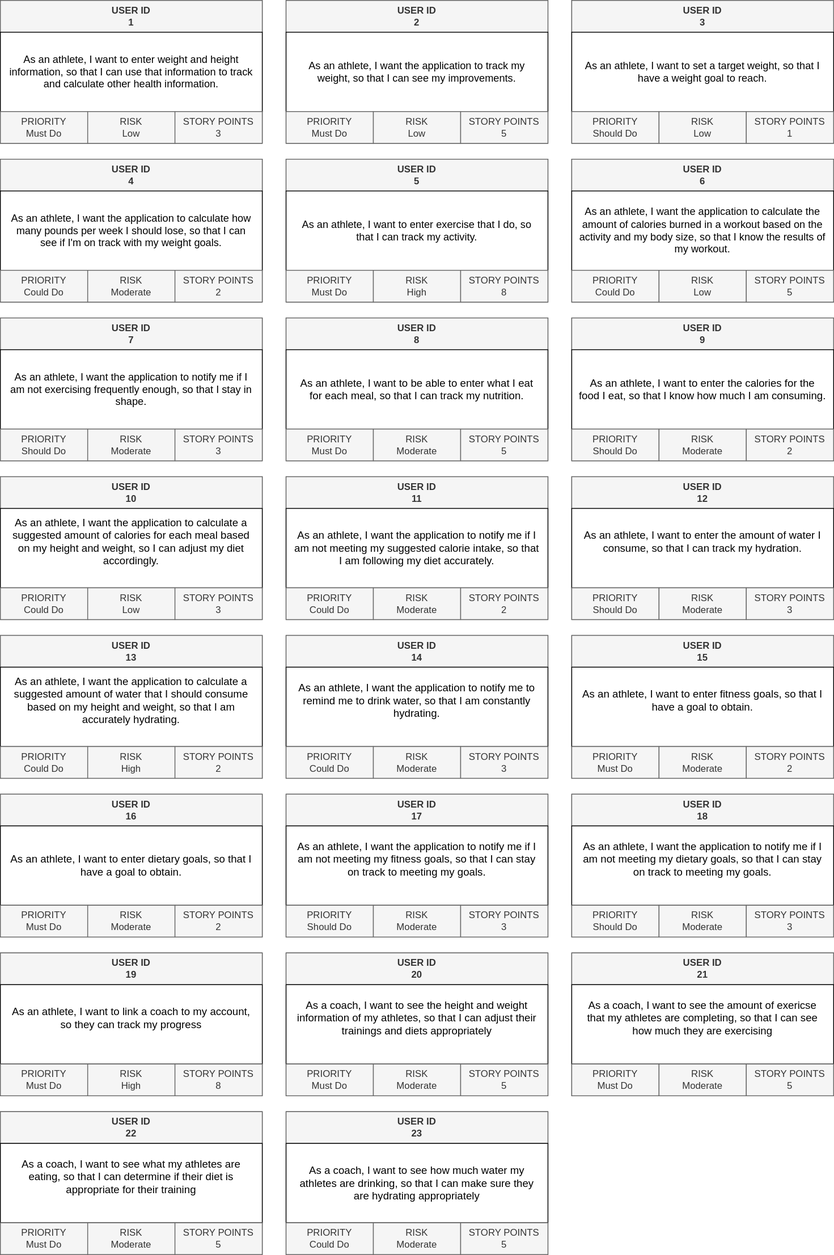
Earlier version of the draw.io export assignment-release-plan.svg (HenrikSamuelsson/course-introduction-to-software-product-management). Source tidied: cells renumbered, new cells last; positions are measured from the earlier drawing's top-left corner, leaving out a move shared by most shapes.
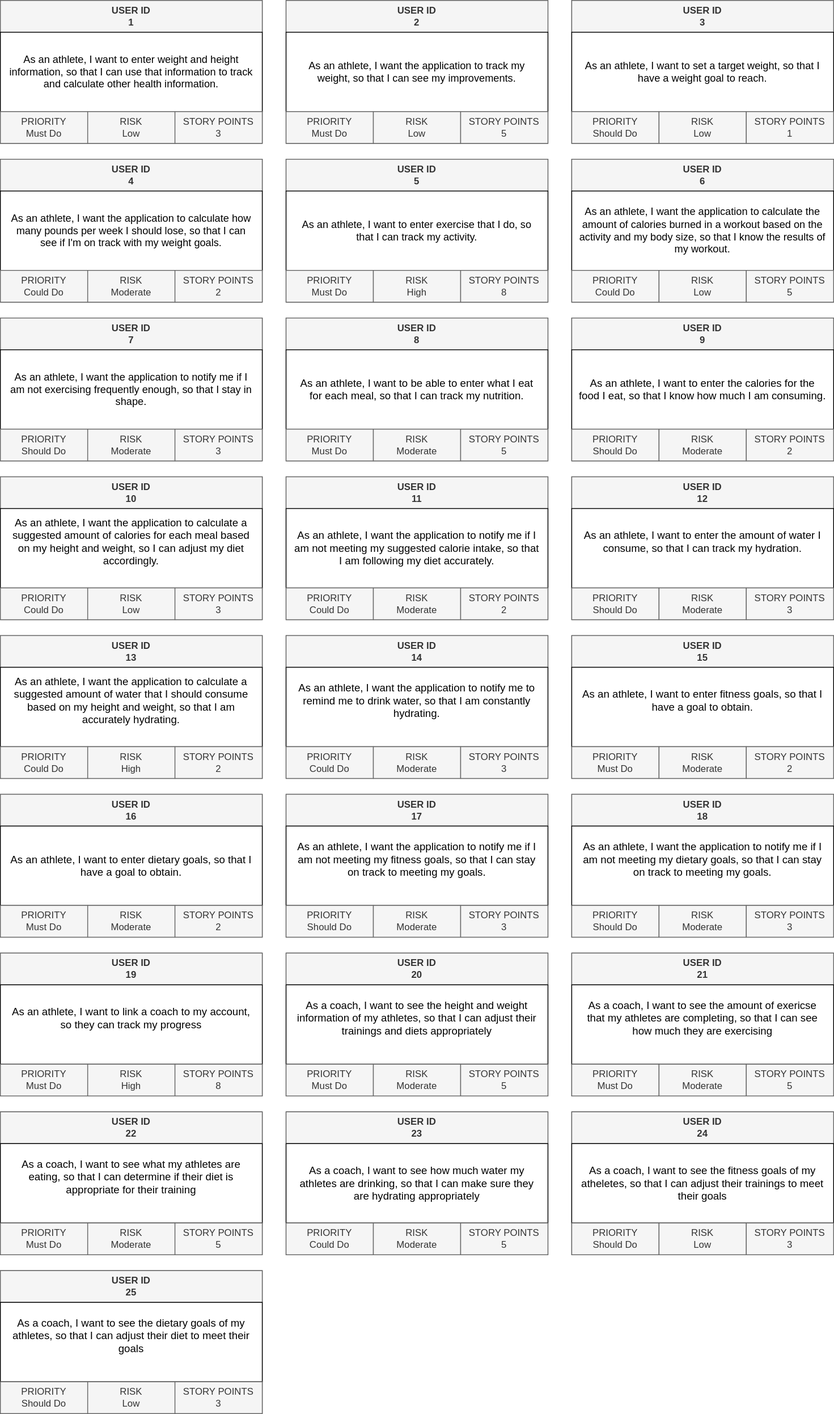
The same diagram one commit later.

Commit message:
Add the two last use cases.

Diff of the diagram source:
```diff
@@ -416,5 +416,41 @@
     <mxCell id="139" value="STORY POINTS&lt;br&gt;5" style="rounded=0;whiteSpace=wrap;html=1;fillColor=#f5f5f5;fontColor=#333333;strokeColor=#666666;spacingLeft=8;spacingRight=8;" parent="134" vertex="1">
       <mxGeometry x="220" y="140" width="110" height="40" as="geometry" />
     </mxCell>
+    <mxCell id="140" style="group;fillColor=#f5f5f5;fontColor=#333333;strokeColor=#666666;spacingLeft=8;spacingRight=8;" parent="1" vertex="1">
+      <mxGeometry x="720" y="1400" width="330" height="180" as="geometry" />
+    </mxCell>
+    <mxCell id="141" value="&lt;b&gt;USER ID &lt;br&gt;24&lt;br&gt;&lt;/b&gt;" style="rounded=0;whiteSpace=wrap;html=1;fillColor=#f5f5f5;fontColor=#333333;strokeColor=#666666;align=center;spacingLeft=8;spacingRight=8;" parent="140" vertex="1">
+      <mxGeometry width="330" height="40" as="geometry" />
+    </mxCell>
+    <mxCell id="142" value="&lt;span style=&quot;text-align: start; font-size: 10pt; font-family: Arial;&quot; data-sheets-userformat=&quot;{&amp;quot;2&amp;quot;:12605,&amp;quot;3&amp;quot;:{&amp;quot;1&amp;quot;:0,&amp;quot;3&amp;quot;:1},&amp;quot;5&amp;quot;:{&amp;quot;1&amp;quot;:[{&amp;quot;1&amp;quot;:2,&amp;quot;2&amp;quot;:0,&amp;quot;5&amp;quot;:{&amp;quot;1&amp;quot;:2,&amp;quot;2&amp;quot;:15921906}},{&amp;quot;1&amp;quot;:0,&amp;quot;2&amp;quot;:0,&amp;quot;3&amp;quot;:3},{&amp;quot;1&amp;quot;:1,&amp;quot;2&amp;quot;:0,&amp;quot;4&amp;quot;:1}]},&amp;quot;6&amp;quot;:{&amp;quot;1&amp;quot;:[{&amp;quot;1&amp;quot;:2,&amp;quot;2&amp;quot;:0,&amp;quot;5&amp;quot;:{&amp;quot;1&amp;quot;:2,&amp;quot;2&amp;quot;:15921906}},{&amp;quot;1&amp;quot;:0,&amp;quot;2&amp;quot;:0,&amp;quot;3&amp;quot;:3},{&amp;quot;1&amp;quot;:1,&amp;quot;2&amp;quot;:0,&amp;quot;4&amp;quot;:1}]},&amp;quot;7&amp;quot;:{&amp;quot;1&amp;quot;:[{&amp;quot;1&amp;quot;:2,&amp;quot;2&amp;quot;:0,&amp;quot;5&amp;quot;:{&amp;quot;1&amp;quot;:2,&amp;quot;2&amp;quot;:0}},{&amp;quot;1&amp;quot;:0,&amp;quot;2&amp;quot;:0,&amp;quot;3&amp;quot;:3},{&amp;quot;1&amp;quot;:1,&amp;quot;2&amp;quot;:0,&amp;quot;4&amp;quot;:1}]},&amp;quot;8&amp;quot;:{&amp;quot;1&amp;quot;:[{&amp;quot;1&amp;quot;:2,&amp;quot;2&amp;quot;:0,&amp;quot;5&amp;quot;:{&amp;quot;1&amp;quot;:2,&amp;quot;2&amp;quot;:0}},{&amp;quot;1&amp;quot;:0,&amp;quot;2&amp;quot;:0,&amp;quot;3&amp;quot;:3},{&amp;quot;1&amp;quot;:1,&amp;quot;2&amp;quot;:0,&amp;quot;4&amp;quot;:1}]},&amp;quot;11&amp;quot;:4,&amp;quot;15&amp;quot;:&amp;quot;Arial&amp;quot;,&amp;quot;16&amp;quot;:10}&quot;&gt;As a coach, I want to see the fitness goals of my atheletes, so that I can adjust their trainings to meet their goals&lt;/span&gt;" style="rounded=0;whiteSpace=wrap;html=1;spacingLeft=8;spacingRight=8;" parent="140" vertex="1">
+      <mxGeometry y="40" width="330" height="100" as="geometry" />
+    </mxCell>
+    <mxCell id="143" value="PRIORITY&lt;br&gt;Should Do" style="rounded=0;whiteSpace=wrap;html=1;fillColor=#f5f5f5;fontColor=#333333;strokeColor=#666666;spacingLeft=8;spacingRight=8;" parent="140" vertex="1">
+      <mxGeometry y="140" width="110" height="40" as="geometry" />
+    </mxCell>
+    <mxCell id="144" value="RISK&lt;br&gt;Low" style="rounded=0;whiteSpace=wrap;html=1;fillColor=#f5f5f5;fontColor=#333333;strokeColor=#666666;spacingLeft=8;spacingRight=8;" parent="140" vertex="1">
+      <mxGeometry x="110" y="140" width="110" height="40" as="geometry" />
+    </mxCell>
+    <mxCell id="145" value="STORY POINTS&lt;br&gt;3" style="rounded=0;whiteSpace=wrap;html=1;fillColor=#f5f5f5;fontColor=#333333;strokeColor=#666666;spacingLeft=8;spacingRight=8;" parent="140" vertex="1">
+      <mxGeometry x="220" y="140" width="110" height="40" as="geometry" />
+    </mxCell>
+    <mxCell id="146" style="group;fillColor=#f5f5f5;fontColor=#333333;strokeColor=#666666;spacingLeft=8;spacingRight=8;" parent="1" vertex="1">
+      <mxGeometry y="1600" width="330" height="180" as="geometry" />
+    </mxCell>
+    <mxCell id="147" value="&lt;b&gt;USER ID &lt;br&gt;25&lt;br&gt;&lt;/b&gt;" style="rounded=0;whiteSpace=wrap;html=1;fillColor=#f5f5f5;fontColor=#333333;strokeColor=#666666;align=center;spacingLeft=8;spacingRight=8;" parent="146" vertex="1">
+      <mxGeometry width="330" height="40" as="geometry" />
+    </mxCell>
+    <mxCell id="148" value="&#10;&lt;span data-sheets-userformat=&quot;{&amp;quot;2&amp;quot;:12605,&amp;quot;3&amp;quot;:{&amp;quot;1&amp;quot;:0,&amp;quot;3&amp;quot;:1},&amp;quot;5&amp;quot;:{&amp;quot;1&amp;quot;:[{&amp;quot;1&amp;quot;:2,&amp;quot;2&amp;quot;:0,&amp;quot;5&amp;quot;:{&amp;quot;1&amp;quot;:2,&amp;quot;2&amp;quot;:15921906}},{&amp;quot;1&amp;quot;:0,&amp;quot;2&amp;quot;:0,&amp;quot;3&amp;quot;:3},{&amp;quot;1&amp;quot;:1,&amp;quot;2&amp;quot;:0,&amp;quot;4&amp;quot;:1}]},&amp;quot;6&amp;quot;:{&amp;quot;1&amp;quot;:[{&amp;quot;1&amp;quot;:2,&amp;quot;2&amp;quot;:0,&amp;quot;5&amp;quot;:{&amp;quot;1&amp;quot;:2,&amp;quot;2&amp;quot;:0}},{&amp;quot;1&amp;quot;:0,&amp;quot;2&amp;quot;:0,&amp;quot;3&amp;quot;:3},{&amp;quot;1&amp;quot;:1,&amp;quot;2&amp;quot;:0,&amp;quot;4&amp;quot;:1}]},&amp;quot;7&amp;quot;:{&amp;quot;1&amp;quot;:[{&amp;quot;1&amp;quot;:2,&amp;quot;2&amp;quot;:0,&amp;quot;5&amp;quot;:{&amp;quot;1&amp;quot;:2,&amp;quot;2&amp;quot;:0}},{&amp;quot;1&amp;quot;:0,&amp;quot;2&amp;quot;:0,&amp;quot;3&amp;quot;:3},{&amp;quot;1&amp;quot;:1,&amp;quot;2&amp;quot;:0,&amp;quot;4&amp;quot;:1}]},&amp;quot;8&amp;quot;:{&amp;quot;1&amp;quot;:[{&amp;quot;1&amp;quot;:2,&amp;quot;2&amp;quot;:0,&amp;quot;5&amp;quot;:{&amp;quot;1&amp;quot;:2,&amp;quot;2&amp;quot;:0}},{&amp;quot;1&amp;quot;:0,&amp;quot;2&amp;quot;:0,&amp;quot;3&amp;quot;:3},{&amp;quot;1&amp;quot;:1,&amp;quot;2&amp;quot;:0,&amp;quot;4&amp;quot;:1}]},&amp;quot;11&amp;quot;:4,&amp;quot;15&amp;quot;:&amp;quot;Arial&amp;quot;,&amp;quot;16&amp;quot;:10}&quot; style=&quot;font-size:10pt;font-family:Arial;font-weight:normal;font-style:normal;&quot;&gt;As a coach, I want to see the dietary goals of my athletes, so that I can adjust their diet to meet their goals&lt;/span&gt;&#10;&#10;" style="rounded=0;whiteSpace=wrap;html=1;spacingLeft=8;spacingRight=8;" parent="146" vertex="1">
+      <mxGeometry y="40" width="330" height="100" as="geometry" />
+    </mxCell>
+    <mxCell id="149" value="PRIORITY&lt;br&gt;Should Do" style="rounded=0;whiteSpace=wrap;html=1;fillColor=#f5f5f5;fontColor=#333333;strokeColor=#666666;spacingLeft=8;spacingRight=8;" parent="146" vertex="1">
+      <mxGeometry y="140" width="110" height="40" as="geometry" />
+    </mxCell>
+    <mxCell id="150" value="RISK&lt;br&gt;Low" style="rounded=0;whiteSpace=wrap;html=1;fillColor=#f5f5f5;fontColor=#333333;strokeColor=#666666;spacingLeft=8;spacingRight=8;" parent="146" vertex="1">
+      <mxGeometry x="110" y="140" width="110" height="40" as="geometry" />
+    </mxCell>
+    <mxCell id="151" value="STORY POINTS&lt;br&gt;3" style="rounded=0;whiteSpace=wrap;html=1;fillColor=#f5f5f5;fontColor=#333333;strokeColor=#666666;spacingLeft=8;spacingRight=8;" parent="146" vertex="1">
+      <mxGeometry x="220" y="140" width="110" height="40" as="geometry" />
+    </mxCell>
   </root>
 </mxGraphModel>
```
